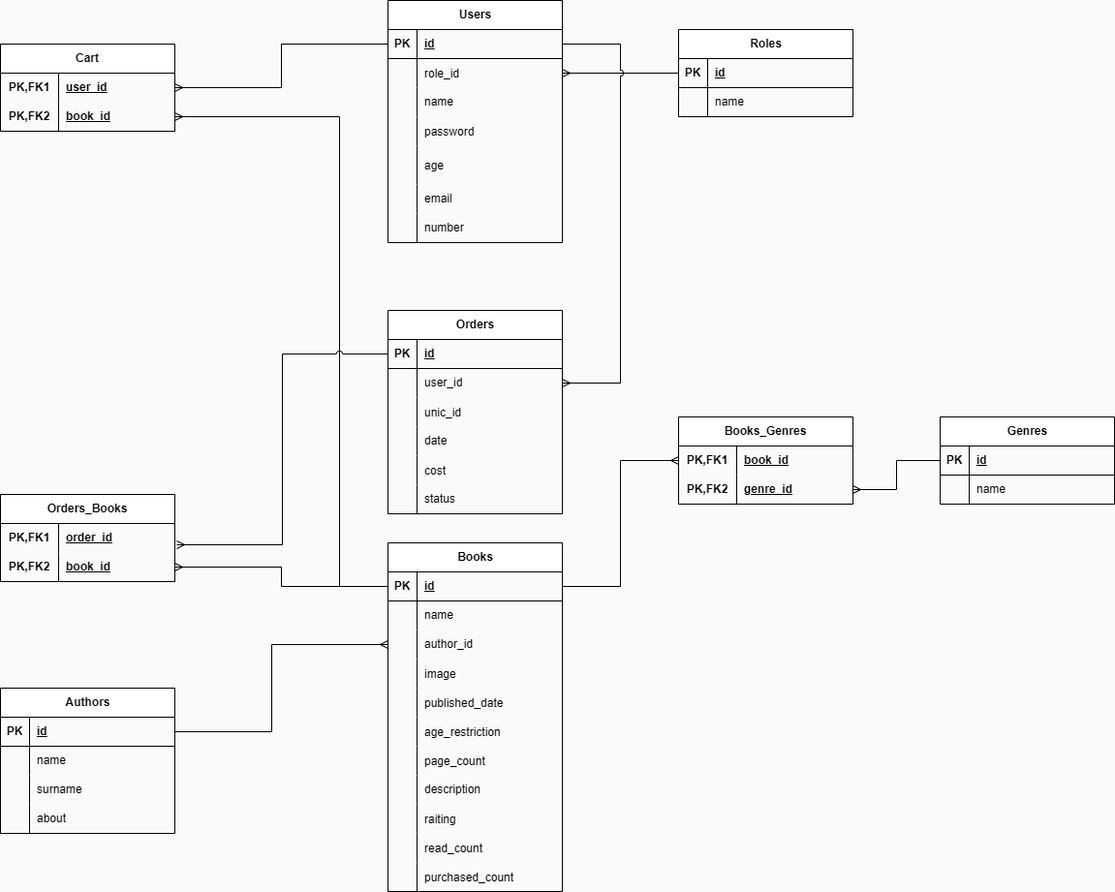
This is BookShop/src/main/resources/doc_img/db_schema.png from Dim0nMC/BookShop, a draw.io export, as it was before one commit. Source tidied: cells renumbered, new cells last; positions are measured from the earlier drawing's top-left corner, leaving out a move shared by most shapes.
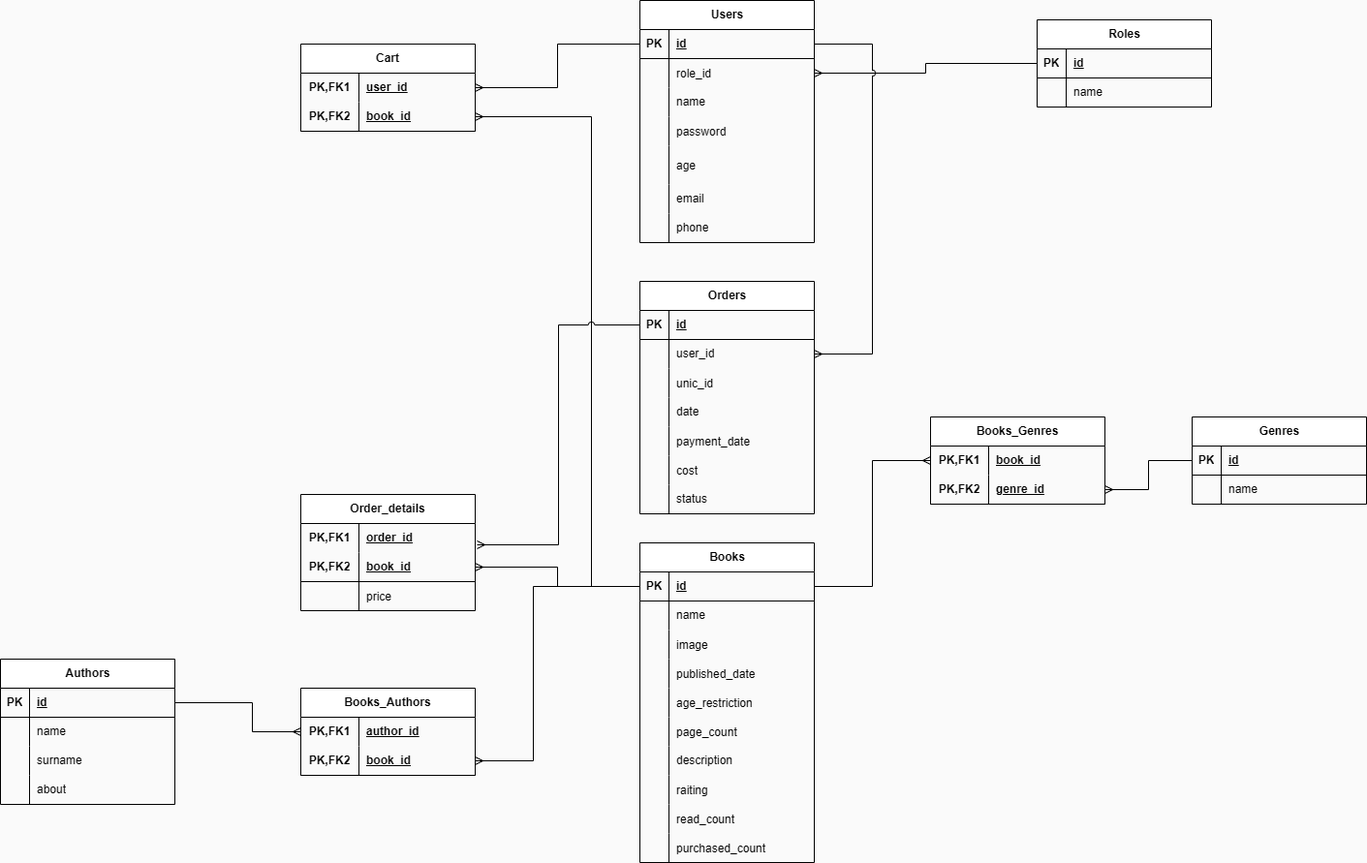
The same file after the commit.

Diff of the diagram source:
```diff
@@ -65,11 +65,11 @@
     <mxCell id="22" style="shape=partialRectangle;fillColor=none;top=0;left=0;bottom=0;right=0;overflow=hidden;whiteSpace=wrap;html=1;labelBackgroundColor=none;" parent="21" vertex="1">
       <mxGeometry width="30" height="30" as="geometry" />
     </mxCell>
-    <mxCell id="23" value="number" style="shape=partialRectangle;fillColor=none;top=0;left=0;bottom=0;right=0;align=left;spacingLeft=6;overflow=hidden;whiteSpace=wrap;html=1;labelBackgroundColor=none;" parent="21" vertex="1">
+    <mxCell id="23" value="phone" style="shape=partialRectangle;fillColor=none;top=0;left=0;bottom=0;right=0;align=left;spacingLeft=6;overflow=hidden;whiteSpace=wrap;html=1;labelBackgroundColor=none;" parent="21" vertex="1">
       <mxGeometry x="30" width="150" height="30" as="geometry" />
     </mxCell>
     <mxCell id="24" value="Books" style="shape=table;startSize=30;rowLines=0;fontStyle=1;align=center;html=1;labelBackgroundColor=none;" parent="1" vertex="1">
-      <mxGeometry x="400" y="565" width="180" height="360" as="geometry" />
+      <mxGeometry x="400" y="565" width="180" height="330" as="geometry" />
     </mxCell>
     <mxCell id="25" style="shape=tableRow;horizontal=0;startSize=0;swimlaneHead=0;swimlaneBody=0;fillColor=none;points=[[0,0.5],[1,0.5]];portConstraint=eastwest;top=0;left=0;right=0;bottom=1;labelBackgroundColor=none;" parent="24" vertex="1">
       <mxGeometry y="30" width="180" height="30" as="geometry" />
@@ -89,17 +89,8 @@
     <mxCell id="30" value="name" style="shape=partialRectangle;fillColor=none;top=0;left=0;bottom=0;right=0;align=left;spacingLeft=6;overflow=hidden;whiteSpace=wrap;html=1;labelBackgroundColor=none;" parent="28" vertex="1">
       <mxGeometry x="30" width="150" height="30" as="geometry" />
     </mxCell>
-    <mxCell id="31" style="shape=tableRow;horizontal=0;startSize=0;swimlaneHead=0;swimlaneBody=0;fillColor=none;points=[[0,0.5],[1,0.5]];portConstraint=eastwest;top=0;left=0;right=0;bottom=0;labelBackgroundColor=none;" parent="24" vertex="1">
-      <mxGeometry y="90" width="180" height="30" as="geometry" />
-    </mxCell>
-    <mxCell id="32" style="shape=partialRectangle;fillColor=none;top=0;left=0;bottom=0;right=0;overflow=hidden;whiteSpace=wrap;html=1;labelBackgroundColor=none;" parent="31" vertex="1">
-      <mxGeometry width="30" height="30" as="geometry" />
-    </mxCell>
-    <mxCell id="33" value="author_id" style="shape=partialRectangle;fillColor=none;top=0;left=0;bottom=0;right=0;align=left;spacingLeft=6;overflow=hidden;whiteSpace=wrap;html=1;labelBackgroundColor=none;" parent="31" vertex="1">
-      <mxGeometry x="30" width="150" height="30" as="geometry" />
-    </mxCell>
     <mxCell id="34" style="shape=tableRow;horizontal=0;startSize=0;swimlaneHead=0;swimlaneBody=0;fillColor=none;top=0;left=0;right=0;bottom=0;" parent="24" vertex="1">
-      <mxGeometry y="120" width="180" height="30" as="geometry" />
+      <mxGeometry y="90" width="180" height="30" as="geometry" />
     </mxCell>
     <mxCell id="35" style="shape=partialRectangle;fillColor=none;top=0;left=0;bottom=0;right=0;overflow=hidden;" parent="34" vertex="1">
       <mxGeometry width="30" height="30" as="geometry" />
@@ -108,7 +99,7 @@
       <mxGeometry x="30" width="150" height="30" as="geometry" />
     </mxCell>
     <mxCell id="37" style="shape=tableRow;horizontal=0;startSize=0;swimlaneHead=0;swimlaneBody=0;fillColor=none;top=0;left=0;right=0;bottom=0;labelBackgroundColor=none;" parent="24" vertex="1">
-      <mxGeometry y="150" width="180" height="30" as="geometry" />
+      <mxGeometry y="120" width="180" height="30" as="geometry" />
     </mxCell>
     <mxCell id="38" style="shape=partialRectangle;fillColor=none;top=0;left=0;bottom=0;right=0;overflow=hidden;labelBackgroundColor=none;" parent="37" vertex="1">
       <mxGeometry width="30" height="30" as="geometry" />
@@ -117,7 +108,7 @@
       <mxGeometry x="30" width="150" height="30" as="geometry" />
     </mxCell>
     <mxCell id="40" style="shape=tableRow;horizontal=0;startSize=0;swimlaneHead=0;swimlaneBody=0;fillColor=none;top=0;left=0;right=0;bottom=0;labelBackgroundColor=none;" parent="24" vertex="1">
-      <mxGeometry y="180" width="180" height="30" as="geometry" />
+      <mxGeometry y="150" width="180" height="30" as="geometry" />
     </mxCell>
     <mxCell id="41" style="shape=partialRectangle;fillColor=none;top=0;left=0;bottom=0;right=0;overflow=hidden;labelBackgroundColor=none;" parent="40" vertex="1">
       <mxGeometry width="30" height="30" as="geometry" />
@@ -126,7 +117,7 @@
       <mxGeometry x="30" width="150" height="30" as="geometry" />
     </mxCell>
     <mxCell id="43" style="shape=tableRow;horizontal=0;startSize=0;swimlaneHead=0;swimlaneBody=0;fillColor=none;top=0;left=0;right=0;bottom=0;labelBackgroundColor=none;" parent="24" vertex="1">
-      <mxGeometry y="210" width="180" height="30" as="geometry" />
+      <mxGeometry y="180" width="180" height="30" as="geometry" />
     </mxCell>
     <mxCell id="44" style="shape=partialRectangle;fillColor=none;top=0;left=0;bottom=0;right=0;overflow=hidden;labelBackgroundColor=none;" parent="43" vertex="1">
       <mxGeometry width="30" height="30" as="geometry" />
@@ -135,7 +126,7 @@
       <mxGeometry x="30" width="150" height="30" as="geometry" />
     </mxCell>
     <mxCell id="46" style="shape=tableRow;horizontal=0;startSize=0;swimlaneHead=0;swimlaneBody=0;fillColor=none;top=0;left=0;right=0;bottom=0;labelBackgroundColor=none;" parent="24" vertex="1">
-      <mxGeometry y="240" width="180" height="30" as="geometry" />
+      <mxGeometry y="210" width="180" height="30" as="geometry" />
     </mxCell>
     <mxCell id="47" style="shape=partialRectangle;fillColor=none;top=0;left=0;bottom=0;right=0;overflow=hidden;whiteSpace=wrap;html=1;labelBackgroundColor=none;" parent="46" vertex="1">
       <mxGeometry width="30" height="30" as="geometry" />
@@ -144,7 +135,7 @@
       <mxGeometry x="30" width="150" height="30" as="geometry" />
     </mxCell>
     <mxCell id="49" style="shape=tableRow;horizontal=0;startSize=0;swimlaneHead=0;swimlaneBody=0;fillColor=none;top=0;left=0;right=0;bottom=0;labelBackgroundColor=none;" parent="24" vertex="1">
-      <mxGeometry y="270" width="180" height="30" as="geometry" />
+      <mxGeometry y="240" width="180" height="30" as="geometry" />
     </mxCell>
     <mxCell id="50" style="shape=partialRectangle;fillColor=none;top=0;left=0;bottom=0;right=0;overflow=hidden;labelBackgroundColor=none;" parent="49" vertex="1">
       <mxGeometry width="30" height="30" as="geometry" />
@@ -153,7 +144,7 @@
       <mxGeometry x="30" width="150" height="30" as="geometry" />
     </mxCell>
     <mxCell id="52" style="shape=tableRow;horizontal=0;startSize=0;swimlaneHead=0;swimlaneBody=0;fillColor=none;top=0;left=0;right=0;bottom=0;labelBackgroundColor=none;" parent="24" vertex="1">
-      <mxGeometry y="300" width="180" height="30" as="geometry" />
+      <mxGeometry y="270" width="180" height="30" as="geometry" />
     </mxCell>
     <mxCell id="53" style="shape=partialRectangle;fillColor=none;top=0;left=0;bottom=0;right=0;overflow=hidden;labelBackgroundColor=none;" parent="52" vertex="1">
       <mxGeometry width="30" height="30" as="geometry" />
@@ -162,7 +153,7 @@
       <mxGeometry x="30" width="150" height="30" as="geometry" />
     </mxCell>
     <mxCell id="55" style="shape=tableRow;horizontal=0;startSize=0;swimlaneHead=0;swimlaneBody=0;fillColor=none;top=0;left=0;right=0;bottom=0;labelBackgroundColor=none;" parent="24" vertex="1">
-      <mxGeometry y="330" width="180" height="30" as="geometry" />
+      <mxGeometry y="300" width="180" height="30" as="geometry" />
     </mxCell>
     <mxCell id="56" style="shape=partialRectangle;fillColor=none;top=0;left=0;bottom=0;right=0;overflow=hidden;labelBackgroundColor=none;" parent="55" vertex="1">
       <mxGeometry width="30" height="30" as="geometry" />
@@ -171,7 +162,7 @@
       <mxGeometry x="30" width="150" height="30" as="geometry" />
     </mxCell>
     <mxCell id="58" value="Authors" style="shape=table;startSize=30;rowLines=0;fontStyle=1;align=center;html=1;labelBackgroundColor=none;" parent="1" vertex="1">
-      <mxGeometry y="715" width="180" height="150" as="geometry" />
+      <mxGeometry x="-260" y="685" width="180" height="150" as="geometry" />
     </mxCell>
     <mxCell id="59" style="shape=tableRow;horizontal=0;startSize=0;swimlaneHead=0;swimlaneBody=0;fillColor=none;points=[[0,0.5],[1,0.5]];portConstraint=eastwest;top=0;left=0;right=0;bottom=1;labelBackgroundColor=none;" parent="58" vertex="1">
       <mxGeometry y="30" width="180" height="30" as="geometry" />
@@ -257,15 +248,15 @@
     <mxCell id="86" style="edgeStyle=elbowEdgeStyle;fontSize=12;html=1;endArrow=ERmany;rounded=0;exitX=1;exitY=0.5;exitDx=0;exitDy=0;entryX=0;entryY=0.5;entryDx=0;entryDy=0;shadow=0;align=center;verticalAlign=middle;fontFamily=Helvetica;fontColor=default;labelBackgroundColor=none;jumpStyle=arc;flowAnimation=0;" parent="1" edge="1" source="25" target="79">
       <mxGeometry relative="1" as="geometry" />
     </mxCell>
-    <mxCell id="87" style="edgeStyle=elbowEdgeStyle;fontSize=12;html=1;endArrow=ERmany;rounded=0;shadow=0;align=center;verticalAlign=middle;fontFamily=Helvetica;fontColor=default;labelBackgroundColor=none;jumpStyle=arc;flowAnimation=0;exitX=1;exitY=0.5;exitDx=0;exitDy=0;entryX=0;entryY=0.5;entryDx=0;entryDy=0;" parent="1" edge="1" source="59" target="31">
+    <mxCell id="87" style="edgeStyle=elbowEdgeStyle;fontSize=12;html=1;endArrow=ERmany;rounded=0;shadow=0;align=center;verticalAlign=middle;fontFamily=Helvetica;fontColor=default;labelBackgroundColor=none;jumpStyle=arc;flowAnimation=0;exitX=0;exitY=0.5;exitDx=0;exitDy=0;entryX=1;entryY=0.5;entryDx=0;entryDy=0;" parent="1" edge="1" source="25" target="143">
       <mxGeometry relative="1" as="geometry">
         <Array as="points">
-          <mxPoint x="280" y="775" />
+          <mxPoint x="290" y="725" />
         </Array>
       </mxGeometry>
     </mxCell>
     <mxCell id="88" value="Roles" style="shape=table;startSize=30;rowLines=0;fontStyle=1;align=center;html=1;fontFamily=Helvetica;fontSize=12;labelBackgroundColor=none;" parent="1" vertex="1">
-      <mxGeometry x="700" y="35" width="180" height="90" as="geometry" />
+      <mxGeometry x="810" y="25" width="180" height="90" as="geometry" />
     </mxCell>
     <mxCell id="89" style="shape=tableRow;horizontal=0;startSize=0;swimlaneHead=0;swimlaneBody=0;fillColor=none;points=[[0,0.5],[1,0.5]];portConstraint=eastwest;top=0;left=0;right=0;bottom=1;fontFamily=Helvetica;fontSize=12;labelBackgroundColor=none;" parent="88" vertex="1">
       <mxGeometry y="30" width="180" height="30" as="geometry" />
@@ -289,7 +280,7 @@
       <mxGeometry relative="1" as="geometry" />
     </mxCell>
     <mxCell id="96" value="Cart" style="shape=table;startSize=30;rowLines=0;fontStyle=1;align=center;html=1;whiteSpace=wrap;fontFamily=Helvetica;fontSize=12;labelBackgroundColor=none;" parent="1" vertex="1">
-      <mxGeometry y="50" width="180" height="90" as="geometry" />
+      <mxGeometry x="50" y="50" width="180" height="90" as="geometry" />
     </mxCell>
     <mxCell id="97" style="shape=tableRow;horizontal=0;startSize=0;swimlaneHead=0;swimlaneBody=0;fillColor=none;points=[[0,0.5],[1,0.5]];portConstraint=eastwest;top=0;left=0;right=0;bottom=0;html=1;fontFamily=Helvetica;fontSize=12;labelBackgroundColor=none;" parent="96" vertex="1">
       <mxGeometry y="30" width="180" height="30" as="geometry" />
@@ -320,7 +311,7 @@
       </mxGeometry>
     </mxCell>
     <mxCell id="105" value="Orders" style="shape=table;startSize=30;rowLines=0;fontStyle=1;align=center;html=1;fontFamily=Helvetica;fontSize=12;labelBackgroundColor=none;" parent="1" vertex="1">
-      <mxGeometry x="400" y="325" width="180" height="210" as="geometry" />
+      <mxGeometry x="400" y="295" width="180" height="240" as="geometry" />
     </mxCell>
     <mxCell id="106" style="shape=tableRow;horizontal=0;startSize=0;swimlaneHead=0;swimlaneBody=0;fillColor=none;points=[[0,0.5],[1,0.5]];portConstraint=eastwest;top=0;left=0;right=0;bottom=1;fontFamily=Helvetica;fontSize=12;labelBackgroundColor=none;" parent="105" vertex="1">
       <mxGeometry y="30" width="180" height="30" as="geometry" />
@@ -358,8 +349,17 @@
     <mxCell id="117" value="date" style="shape=partialRectangle;fillColor=none;top=0;left=0;bottom=0;right=0;align=left;spacingLeft=6;overflow=hidden;whiteSpace=wrap;html=1;fontFamily=Helvetica;fontSize=12;labelBackgroundColor=none;" parent="115" vertex="1">
       <mxGeometry x="30" width="150" height="30" as="geometry" />
     </mxCell>
+    <mxCell id="134" style="shape=tableRow;horizontal=0;startSize=0;swimlaneHead=0;swimlaneBody=0;fillColor=none;top=0;left=0;right=0;bottom=0;" parent="105" vertex="1">
+      <mxGeometry y="150" width="180" height="30" as="geometry" />
+    </mxCell>
+    <mxCell id="135" style="shape=partialRectangle;fillColor=none;top=0;left=0;bottom=0;right=0;overflow=hidden;" parent="134" vertex="1">
+      <mxGeometry width="30" height="30" as="geometry" />
+    </mxCell>
+    <mxCell id="136" value="payment_date" style="shape=partialRectangle;fillColor=none;top=0;left=0;bottom=0;right=0;align=left;spacingLeft=6;overflow=hidden;" parent="134" vertex="1">
+      <mxGeometry x="30" width="150" height="30" as="geometry" />
+    </mxCell>
     <mxCell id="118" style="shape=tableRow;horizontal=0;startSize=0;swimlaneHead=0;swimlaneBody=0;fillColor=none;top=0;left=0;right=0;bottom=0;fontFamily=Helvetica;fontSize=12;labelBackgroundColor=none;" parent="105" vertex="1">
-      <mxGeometry y="150" width="180" height="30" as="geometry" />
+      <mxGeometry y="180" width="180" height="30" as="geometry" />
     </mxCell>
     <mxCell id="119" style="shape=partialRectangle;fillColor=none;top=0;left=0;bottom=0;right=0;overflow=hidden;fontFamily=Helvetica;fontSize=12;labelBackgroundColor=none;" parent="118" vertex="1">
       <mxGeometry width="30" height="30" as="geometry" />
@@ -368,7 +368,7 @@
       <mxGeometry x="30" width="150" height="30" as="geometry" />
     </mxCell>
     <mxCell id="121" style="shape=tableRow;horizontal=0;startSize=0;swimlaneHead=0;swimlaneBody=0;fillColor=none;top=0;left=0;right=0;bottom=0;fontFamily=Helvetica;fontSize=12;labelBackgroundColor=none;" parent="105" vertex="1">
-      <mxGeometry y="180" width="180" height="30" as="geometry" />
+      <mxGeometry y="210" width="180" height="30" as="geometry" />
     </mxCell>
     <mxCell id="122" style="shape=partialRectangle;fillColor=none;top=0;left=0;bottom=0;right=0;overflow=hidden;whiteSpace=wrap;html=1;fontFamily=Helvetica;fontSize=12;labelBackgroundColor=none;" parent="121" vertex="1">
       <mxGeometry width="30" height="30" as="geometry" />
@@ -383,8 +383,8 @@
         </Array>
       </mxGeometry>
     </mxCell>
-    <mxCell id="125" value="Orders_Books" style="shape=table;startSize=30;rowLines=0;fontStyle=1;align=center;html=1;whiteSpace=wrap;fontFamily=Helvetica;fontSize=12;labelBackgroundColor=none;" parent="1" vertex="1">
-      <mxGeometry y="515" width="180" height="90" as="geometry" />
+    <mxCell id="125" value="Order_details" style="shape=table;startSize=30;rowLines=0;fontStyle=1;align=center;html=1;whiteSpace=wrap;fontFamily=Helvetica;fontSize=12;labelBackgroundColor=none;" parent="1" vertex="1">
+      <mxGeometry x="50" y="515" width="180" height="120" as="geometry" />
     </mxCell>
     <mxCell id="126" style="shape=tableRow;horizontal=0;startSize=0;swimlaneHead=0;swimlaneBody=0;fillColor=none;points=[[0,0.5],[1,0.5]];portConstraint=eastwest;top=0;left=0;right=0;bottom=0;html=1;fontFamily=Helvetica;fontSize=12;labelBackgroundColor=none;" parent="125" vertex="1">
       <mxGeometry y="30" width="180" height="30" as="geometry" />
@@ -404,11 +404,48 @@
     <mxCell id="131" value="book_id" style="shape=partialRectangle;fillColor=none;top=0;left=0;bottom=0;right=0;align=left;spacingLeft=6;fontStyle=5;overflow=hidden;html=1;whiteSpace=wrap;fontFamily=Helvetica;fontSize=12;labelBackgroundColor=none;" parent="129" vertex="1">
       <mxGeometry x="60" width="120" height="30" as="geometry" />
     </mxCell>
+    <mxCell id="137" style="shape=tableRow;horizontal=0;startSize=0;swimlaneHead=0;swimlaneBody=0;fillColor=none;top=0;left=0;right=0;bottom=0;" parent="125" vertex="1">
+      <mxGeometry y="90" width="180" height="30" as="geometry" />
+    </mxCell>
+    <mxCell id="138" style="shape=partialRectangle;fillColor=none;top=0;left=0;bottom=0;right=0;overflow=hidden;" parent="137" vertex="1">
+      <mxGeometry width="60" height="30" as="geometry" />
+    </mxCell>
+    <mxCell id="139" value="price" style="shape=partialRectangle;fillColor=none;top=0;left=0;bottom=0;right=0;align=left;spacingLeft=6;overflow=hidden;" parent="137" vertex="1">
+      <mxGeometry x="60" width="120" height="30" as="geometry" />
+    </mxCell>
     <mxCell id="132" style="edgeStyle=elbowEdgeStyle;fontSize=12;html=1;endArrow=ERmany;rounded=0;shadow=0;align=center;verticalAlign=middle;fontFamily=Helvetica;fontColor=default;labelBackgroundColor=none;jumpStyle=arc;flowAnimation=0;exitX=0;exitY=0.5;exitDx=0;exitDy=0;entryX=1;entryY=0.5;entryDx=0;entryDy=0;" parent="1" edge="1" source="25" target="129">
       <mxGeometry relative="1" as="geometry" />
     </mxCell>
     <mxCell id="133" style="edgeStyle=elbowEdgeStyle;fontSize=12;html=1;endArrow=ERmany;rounded=0;shadow=0;align=center;verticalAlign=middle;fontFamily=Helvetica;fontColor=default;labelBackgroundColor=none;jumpStyle=arc;flowAnimation=0;exitX=0;exitY=0.5;exitDx=0;exitDy=0;entryX=1.011;entryY=0.733;entryDx=0;entryDy=0;entryPerimeter=0;" parent="1" edge="1" source="106" target="126">
       <mxGeometry relative="1" as="geometry" />
     </mxCell>
+    <mxCell id="140" value="Books_Autho&lt;span style=&quot;background-color: initial;&quot;&gt;rs&lt;/span&gt;" style="shape=table;startSize=30;rowLines=0;fontStyle=1;align=center;html=1;whiteSpace=wrap;" parent="1" vertex="1">
+      <mxGeometry x="50" y="715" width="180" height="90" as="geometry" />
+    </mxCell>
+    <mxCell id="141" style="shape=tableRow;horizontal=0;startSize=0;swimlaneHead=0;swimlaneBody=0;fillColor=none;points=[[0,0.5],[1,0.5]];portConstraint=eastwest;top=0;left=0;right=0;bottom=0;html=1;" parent="140" vertex="1">
+      <mxGeometry y="30" width="180" height="30" as="geometry" />
+    </mxCell>
+    <mxCell id="142" value="PK,FK1" style="shape=partialRectangle;fillColor=none;top=0;left=0;bottom=0;right=0;fontStyle=1;overflow=hidden;html=1;whiteSpace=wrap;" parent="141" vertex="1">
+      <mxGeometry width="60" height="30" as="geometry" />
+    </mxCell>
+    <mxCell id="33" value="author_id" style="shape=partialRectangle;fillColor=none;top=0;left=0;bottom=0;right=0;align=left;spacingLeft=6;fontStyle=5;overflow=hidden;html=1;whiteSpace=wrap;" parent="141" vertex="1">
+      <mxGeometry x="60" width="120" height="30" as="geometry" />
+    </mxCell>
+    <mxCell id="143" style="shape=tableRow;horizontal=0;startSize=0;swimlaneHead=0;swimlaneBody=0;fillColor=none;points=[[0,0.5],[1,0.5]];portConstraint=eastwest;top=0;left=0;right=0;bottom=1;html=1;" parent="140" vertex="1">
+      <mxGeometry y="60" width="180" height="30" as="geometry" />
+    </mxCell>
+    <mxCell id="144" value="PK,FK2" style="shape=partialRectangle;fillColor=none;top=0;left=0;bottom=0;right=0;fontStyle=1;overflow=hidden;html=1;whiteSpace=wrap;" parent="143" vertex="1">
+      <mxGeometry width="60" height="30" as="geometry" />
+    </mxCell>
+    <mxCell id="145" value="book_id" style="shape=partialRectangle;fillColor=none;top=0;left=0;bottom=0;right=0;align=left;spacingLeft=6;fontStyle=5;overflow=hidden;html=1;whiteSpace=wrap;" parent="143" vertex="1">
+      <mxGeometry x="60" width="120" height="30" as="geometry" />
+    </mxCell>
+    <mxCell id="146" style="edgeStyle=elbowEdgeStyle;fontSize=12;html=1;endArrow=ERmany;rounded=0;shadow=0;align=center;verticalAlign=middle;fontFamily=Helvetica;fontColor=default;labelBackgroundColor=none;jumpStyle=arc;flowAnimation=0;entryX=0;entryY=0.5;entryDx=0;entryDy=0;exitX=1;exitY=0.5;exitDx=0;exitDy=0;" parent="1" edge="1" source="59" target="141">
+      <mxGeometry relative="1" as="geometry">
+        <Array as="points">
+          <mxPoint y="765" />
+        </Array>
+      </mxGeometry>
+    </mxCell>
   </root>
 </mxGraphModel>
```
